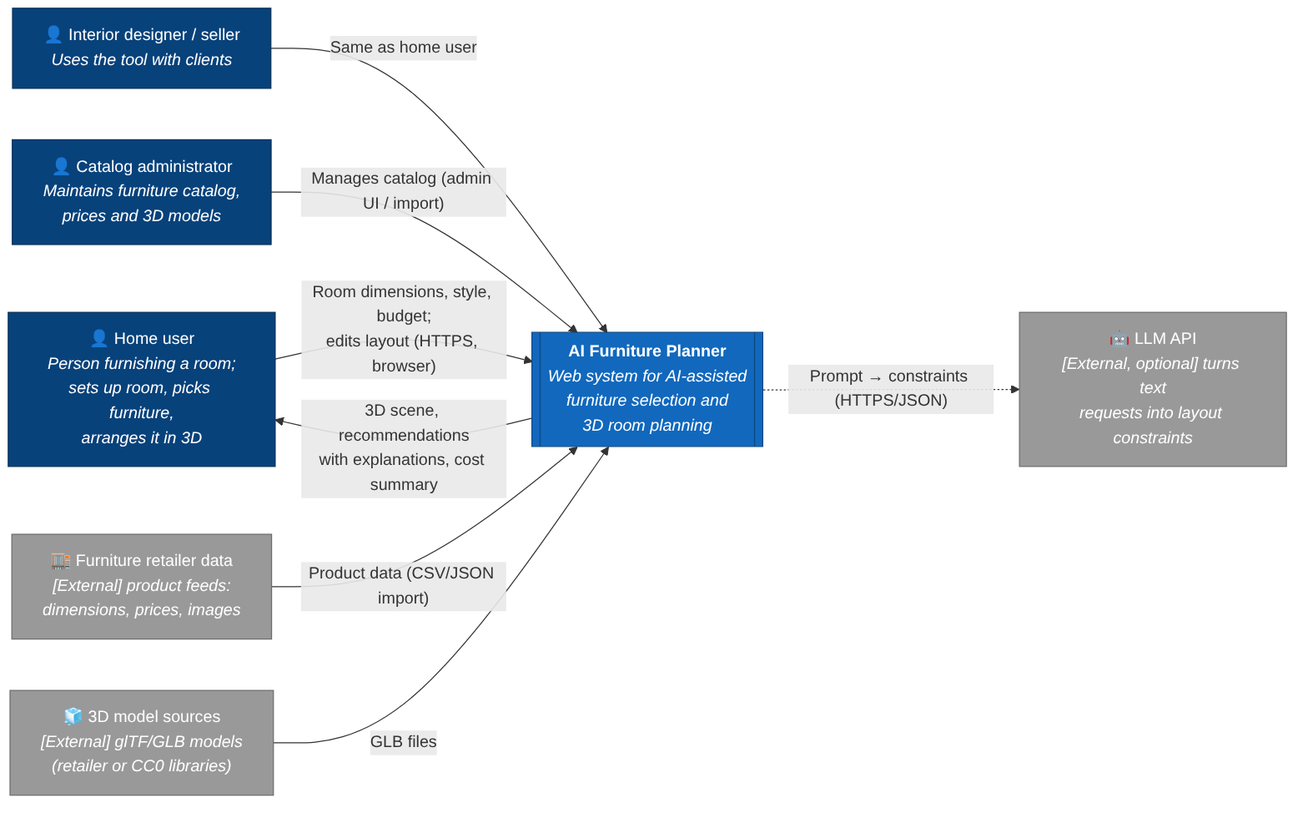
Before: docs/diagrams/export/01-system-context.png, a diagram exported from Mermaid (a100miles/furniture-diploma). Its source is kept beside it as docs/diagrams/src/01-system-context.mmd.
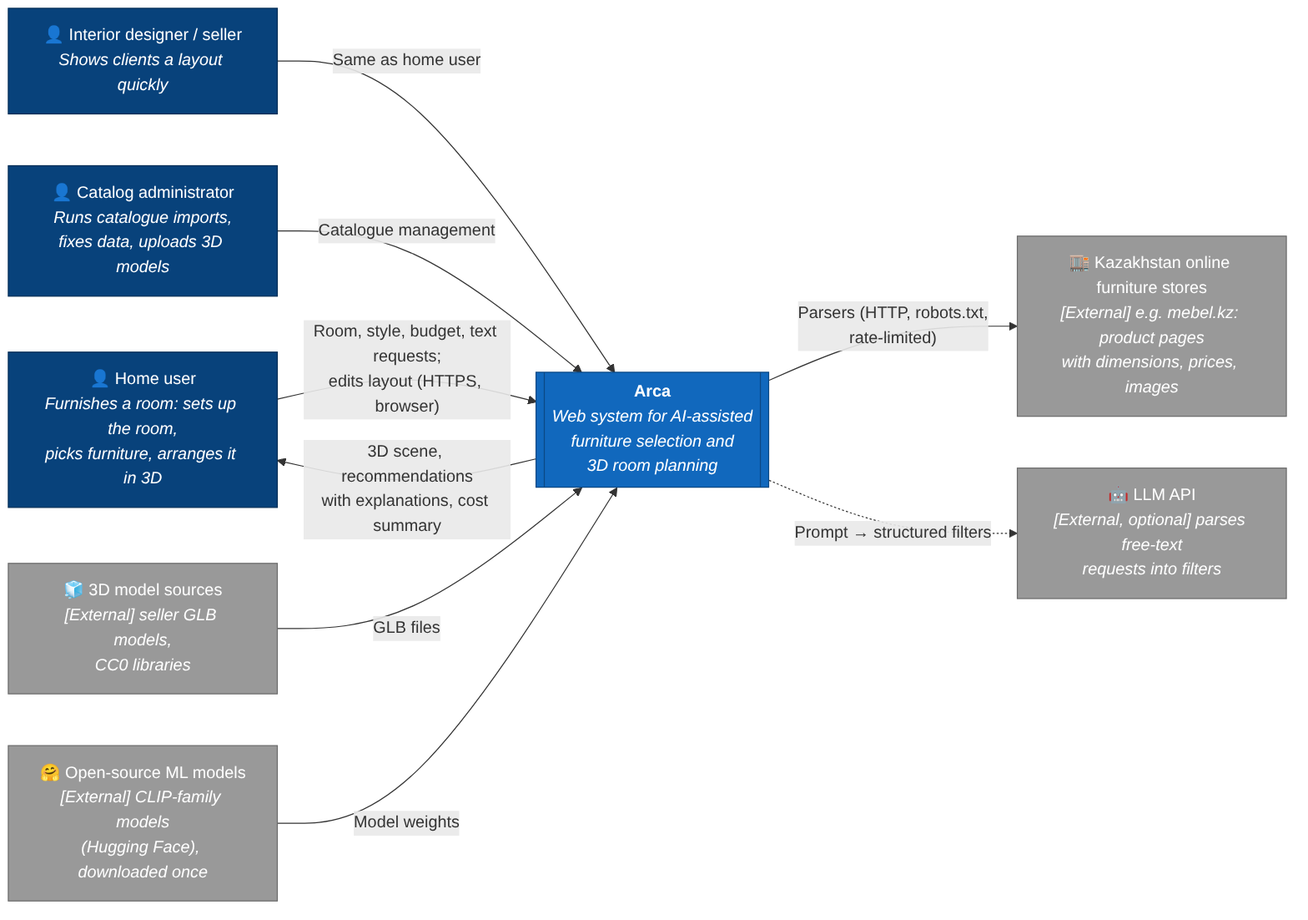
Above is the later version.

What changed in the source:
```diff
@@ -1,25 +1,27 @@
 flowchart LR
-    user["👤 Home user<br/><i>Person furnishing a room;<br/>sets up room, picks furniture,<br/>arranges it in 3D</i>"]
-    designer["👤 Interior designer / seller<br/><i>Uses the tool with clients</i>"]
-    admin["👤 Catalog administrator<br/><i>Maintains furniture catalog,<br/>prices and 3D models</i>"]
+    user["👤 Home user<br/><i>Furnishes a room: sets up the room,<br/>picks furniture, arranges it in 3D</i>"]
+    designer["👤 Interior designer / seller<br/><i>Shows clients a layout quickly</i>"]
+    admin["👤 Catalog administrator<br/><i>Runs catalogue imports,<br/>fixes data, uploads 3D models</i>"]
 
-    system[["<b>AI Furniture Planner</b><br/><i>Web system for AI-assisted<br/>furniture selection and<br/>3D room planning</i>"]]
+    system[["<b>Arca</b><br/><i>Web system for AI-assisted<br/>furniture selection and<br/>3D room planning</i>"]]
 
-    retailer["🏬 Furniture retailer data<br/><i>[External] product feeds:<br/>dimensions, prices, images</i>"]
-    models["🧊 3D model sources<br/><i>[External] glTF/GLB models<br/>(retailer or CC0 libraries)</i>"]
-    llm["🤖 LLM API<br/><i>[External, optional] turns text<br/>requests into layout constraints</i>"]
+    stores["🏬 Kazakhstan online furniture stores<br/><i>[External] e.g. mebel.kz: product pages<br/>with dimensions, prices, images</i>"]
+    models["🧊 3D model sources<br/><i>[External] seller GLB models,<br/>CC0 libraries</i>"]
+    hf["🤗 Open-source ML models<br/><i>[External] CLIP-family models<br/>(Hugging Face), downloaded once</i>"]
+    llm["🤖 LLM API<br/><i>[External, optional] parses free-text<br/>requests into filters</i>"]
 
-    user -- "Room dimensions, style, budget;<br/>edits layout (HTTPS, browser)" --> system
+    user -- "Room, style, budget, text requests;<br/>edits layout (HTTPS, browser)" --> system
     system -- "3D scene, recommendations<br/>with explanations, cost summary" --> user
     designer -- "Same as home user" --> system
-    admin -- "Manages catalog (admin UI / import)" --> system
-    retailer -- "Product data (CSV/JSON import)" --> system
+    admin -- "Catalogue management" --> system
+    system -- "Parsers (HTTP, robots.txt,<br/>rate-limited)" --> stores
     models -- "GLB files" --> system
-    system -. "Prompt → constraints (HTTPS/JSON)" .-> llm
+    hf -- "Model weights" --> system
+    system -. "Prompt → structured filters" .-> llm
 
     classDef person fill:#08427b,stroke:#052e56,color:#fff
     classDef sys fill:#1168bd,stroke:#0b4884,color:#fff
     classDef ext fill:#999,stroke:#6b6b6b,color:#fff
     class user,designer,admin person
     class system sys
-    class retailer,models,llm ext
+    class stores,models,hf,llm ext
```
